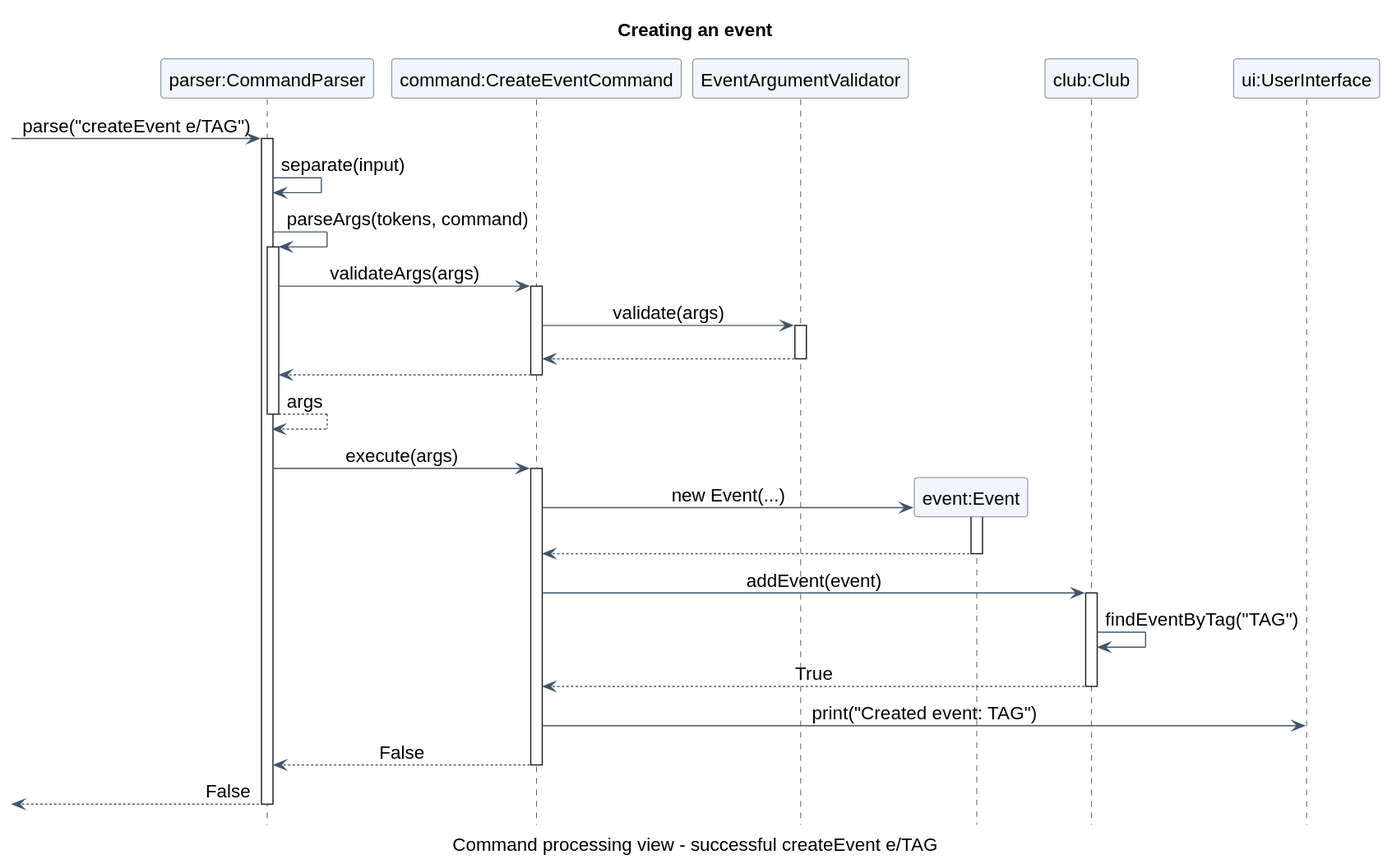
This is docs/diagrams/events/CreateEventSequence.svg from 77chenchen/tp, a PlantUML export, as it was before one commit.
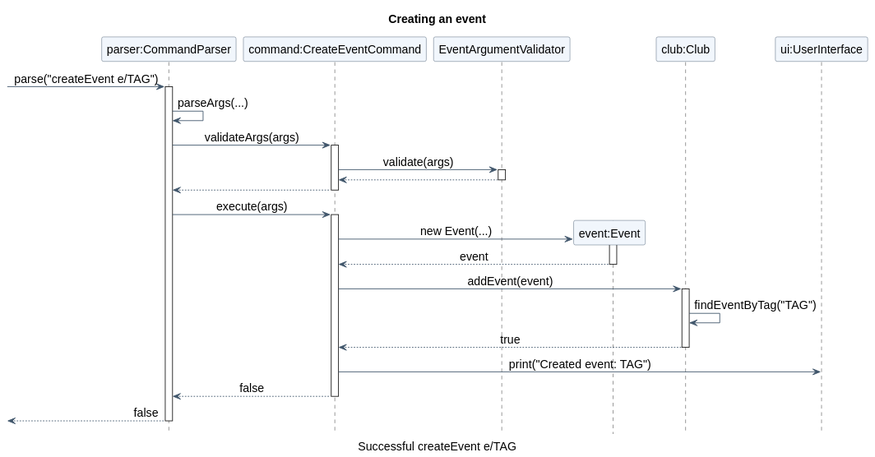
The same file after the commit.

What changed in the source:
```diff
@@ -1,7 +1,8 @@
 @startuml
 !include ../shared/UmlStyle.iuml
+scale max 760 width
 title Creating an event
-caption Command processing view - successful createEvent e/TAG
+caption Successful createEvent e/TAG
 skinparam shadowing false
 skinparam sequenceMessageAlign center
 skinparam ParticipantBackgroundColor #F1F6FC
@@ -18,36 +19,30 @@
 
 [-> Parser : parse("createEvent e/TAG")
 activate Parser
-Parser -> Parser : separate(input)
-Parser -> Parser : parseArgs(tokens, command)
-activate Parser
+Parser -> Parser : parseArgs(...)
 Parser -> Command : validateArgs(args)
 activate Command
 Command -> Validator : validate(args)
 activate Validator
-||15||
 Validator --> Command
 deactivate Validator
 Command --> Parser
 deactivate Command
-Parser --> Parser : args
-deactivate Parser
 Parser -> Command : execute(args)
 activate Command
 create Event
 Command -> Event : new Event(...)
 activate Event
-||25||
-Event --> Command
+Event --> Command : event
 deactivate Event
 Command -> Club : addEvent(event)
 activate Club
 Club -> Club : findEventByTag("TAG")
-Club --> Command : True
+Club --> Command : true
 deactivate Club
 Command -> UI : print("Created event: TAG")
-Command --> Parser : False
+Command --> Parser : false
 deactivate Command
-[<-- Parser : False
+[<-- Parser : false
 deactivate Parser
 @enduml
```
